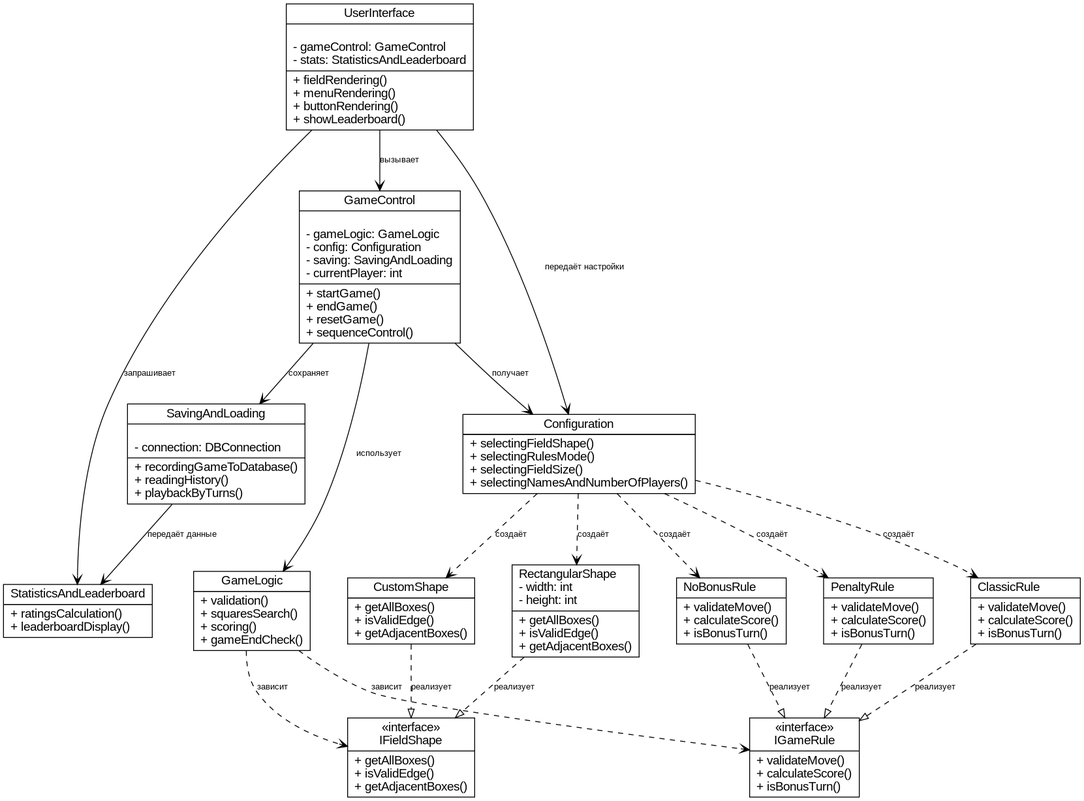
Earlier version of the Graphviz export architecture/classDiagram.png (roriess/dots-and-boxes-assistant). Its source is kept beside it as architecture/classDiagram.dot. Its diagram source:
```dot
digraph ClassDiagram {
    rankdir=TB;
    nodesep=0.6;
    ranksep=0.8;
    node [shape=record, fontname="Arial"];
    edge [fontname="Arial", fontsize=10];

    IGameRule [label = "{«interface»\nIGameRule\n|+ validateMove()\l+ calculateScore()\l+ isBonusTurn()\l}", shape=record];
    IFieldShape [label = "{«interface»\nIFieldShape\n|+ getAllBoxes()\l+ isValidEdge()\l+ getAdjacentBoxes()\l}", shape=record];

    ClassicRule [label = "{ClassicRule\l|+ validateMove()\l+ calculateScore()\l+ isBonusTurn()\l}"];
    NoBonusRule [label = "{NoBonusRule\l|+ validateMove()\l+ calculateScore()\l+ isBonusTurn()\l}"];
    PenaltyRule [label = "{PenaltyRule\l|+ validateMove()\l+ calculateScore()\l+ isBonusTurn()\l}"];

    RectangularShape [label = "{RectangularShape\l- width: int\l- height: int\l|+ getAllBoxes()\l+ isValidEdge()\l+ getAdjacentBoxes()\l}"];
    CustomShape [label = "{CustomShape|- boxMask: List<Box>|+ getAllBoxes()\l+ isValidEdge()\l+ getAdjacentBoxes()}"];

    UI [label = "{UserInterface|\l- gameControl: GameControl\l- stats: StatisticsAndLeaderboard\l|+ fieldRendering()\l+ menuRendering()\l+ buttonRendering()\l+ showLeaderboard()\l}"];
    GameControl [label = "{GameControl|\l- gameLogic: GameLogic\l- config: Configuration\l- saving: SavingAndLoading\l- currentPlayer: int\l|+ startGame()\l+ endGame()\l+ resetGame()\l+ sequenceControl()\l}"];
    GameLogic [label = "{GameLogic|\l- board: Board\l- players: List<Player>\l- rule: IGameRule\l- shape: IFieldShape\l|+ validation()\l+ squaresSearch()\l+ scoring()\l+ gameEndCheck()\l}"];
    Configuration [label = "{Configuration|\l- selectedRule: IGameRule\l- selectedShape: IFieldShape\l- fieldSize: int\l- playersNames: List<String>\l|+ selectingFieldShape()\l+ selectingRulesMode()\l+ selectingFieldSize()\l+ selectingNamesAndNumberOfPlayers()\l}"];
    SavingLoading [label = "{SavingAndLoading|\l- connection: DBConnection\l|+ recordingGameToDatabase()\l+ readingHistory()\l+ playbackByTurns()\l}"];
    Stats [label = "{StatisticsAndLeaderboard|\l- gamesHistory: List<Game>\l|+ ratingsCalculation()\l+ leaderboardDisplay()\l}"];

    ClassicRule -> IGameRule [arrowhead="empty", style=dashed, label="реализует"];
    NoBonusRule -> IGameRule [arrowhead="empty", style=dashed, label="реализует"];
    PenaltyRule -> IGameRule [arrowhead="empty", style=dashed, label="реализует"];
    RectangularShape -> IFieldShape [arrowhead="empty", style=dashed, label="реализует"];
    CustomShape -> IFieldShape [arrowhead="empty", style=dashed, label="реализует"];

    UI -> GameControl [arrowhead="vee", label="вызывает"];
    UI -> Stats [arrowhead="vee", label="запрашивает"];
    UI -> Configuration [arrowhead="vee", label="передаёт настройки"];
    GameControl -> GameLogic [arrowhead="vee", label="использует"];
    GameControl -> SavingLoading [arrowhead="vee", label="сохраняет"];
    GameControl -> Configuration [arrowhead="vee", label="получает"];
    SavingLoading -> Stats [arrowhead="vee", label="передаёт данные"];

    Configuration -> ClassicRule [style=dashed, arrowhead="vee", label="создаёт"];
    Configuration -> NoBonusRule [style=dashed, arrowhead="vee", label="создаёт"];
    Configuration -> PenaltyRule [style=dashed, arrowhead="vee", label="создаёт"];
    Configuration -> RectangularShape [style=dashed, arrowhead="vee", label="создаёт"];
    Configuration -> CustomShape [style=dashed, arrowhead="vee", label="создаёт"];

    GameLogic -> IGameRule [style=dashed, arrowhead="vee", label="зависит"];
    GameLogic -> IFieldShape [style=dashed, arrowhead="vee", label="зависит"];
}
```
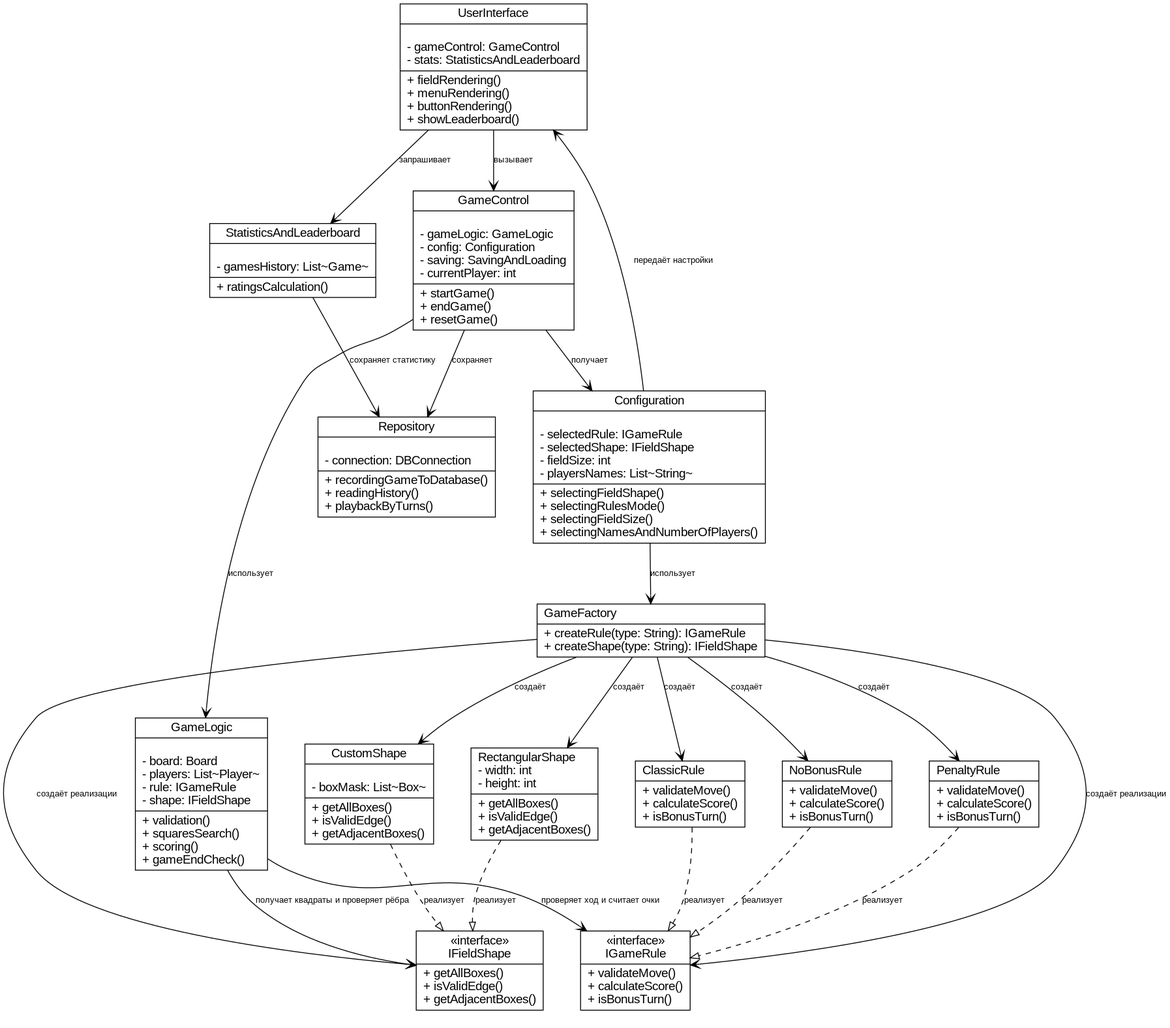
Later version of the same file.

Change to the diagram source:
```diff
@@ -5,22 +5,44 @@
     node [shape=record, fontname="Arial"];
     edge [fontname="Arial", fontsize=10];
 
-    IGameRule [label = "{«interface»\nIGameRule\n|+ validateMove()\l+ calculateScore()\l+ isBonusTurn()\l}", shape=record];
-    IFieldShape [label = "{«interface»\nIFieldShape\n|+ getAllBoxes()\l+ isValidEdge()\l+ getAdjacentBoxes()\l}", shape=record];
-
-    ClassicRule [label = "{ClassicRule\l|+ validateMove()\l+ calculateScore()\l+ isBonusTurn()\l}"];
-    NoBonusRule [label = "{NoBonusRule\l|+ validateMove()\l+ calculateScore()\l+ isBonusTurn()\l}"];
-    PenaltyRule [label = "{PenaltyRule\l|+ validateMove()\l+ calculateScore()\l+ isBonusTurn()\l}"];
-
-    RectangularShape [label = "{RectangularShape\l- width: int\l- height: int\l|+ getAllBoxes()\l+ isValidEdge()\l+ getAdjacentBoxes()\l}"];
-    CustomShape [label = "{CustomShape|- boxMask: List<Box>|+ getAllBoxes()\l+ isValidEdge()\l+ getAdjacentBoxes()}"];
+    subgraph cluster_0 {
+        color = white;
+        IGameRule [label = "{«interface»\nIGameRule\n|+ validateMove()\l+ calculateScore()\l+ isBonusTurn()\l}", shape=record];
+        IFieldShape [label = "{«interface»\nIFieldShape\n|+ getAllBoxes()\l+ isValidEdge()\l+ getAdjacentBoxes()\l}", shape=record];
+    }
 
     UI [label = "{UserInterface|\l- gameControl: GameControl\l- stats: StatisticsAndLeaderboard\l|+ fieldRendering()\l+ menuRendering()\l+ buttonRendering()\l+ showLeaderboard()\l}"];
-    GameControl [label = "{GameControl|\l- gameLogic: GameLogic\l- config: Configuration\l- saving: SavingAndLoading\l- currentPlayer: int\l|+ startGame()\l+ endGame()\l+ resetGame()\l+ sequenceControl()\l}"];
-    GameLogic [label = "{GameLogic|\l- board: Board\l- players: List<Player>\l- rule: IGameRule\l- shape: IFieldShape\l|+ validation()\l+ squaresSearch()\l+ scoring()\l+ gameEndCheck()\l}"];
-    Configuration [label = "{Configuration|\l- selectedRule: IGameRule\l- selectedShape: IFieldShape\l- fieldSize: int\l- playersNames: List<String>\l|+ selectingFieldShape()\l+ selectingRulesMode()\l+ selectingFieldSize()\l+ selectingNamesAndNumberOfPlayers()\l}"];
-    SavingLoading [label = "{SavingAndLoading|\l- connection: DBConnection\l|+ recordingGameToDatabase()\l+ readingHistory()\l+ playbackByTurns()\l}"];
-    Stats [label = "{StatisticsAndLeaderboard|\l- gamesHistory: List<Game>\l|+ ratingsCalculation()\l+ leaderboardDisplay()\l}"];
+    GameControl [label = "{GameControl|\l- gameLogic: GameLogic\l- config: Configuration\l- saving: SavingAndLoading\l- currentPlayer: int\l|+ startGame()\l+ endGame()\l+ resetGame()\l}"];
+
+    Stats [label = "{StatisticsAndLeaderboard|\l- gamesHistory: List~Game~\l|+ ratingsCalculation()\l}"];
+    GameLogic [label = "{GameLogic|\l- board: Board\l- players: List~Player~\l- rule: IGameRule\l- shape: IFieldShape\l|+ validation()\l+ squaresSearch()\l+ scoring()\l+ gameEndCheck()\l}"];
+
+    subgraph cluster_1 {
+        color = white;
+        CustomShape [label = "{CustomShape|\l- boxMask: List~Box~\l|+ getAllBoxes()\l+ isValidEdge()\l+ getAdjacentBoxes()\l}"];
+        RectangularShape [label = "{RectangularShape\l- width: int\l- height: int\l|+ getAllBoxes()\l+ isValidEdge()\l+ getAdjacentBoxes()\l}"];
+        ClassicRule [label = "{ClassicRule\l|+ validateMove()\l+ calculateScore()\l+ isBonusTurn()\l}"];
+        NoBonusRule [label = "{NoBonusRule\l|+ validateMove()\l+ calculateScore()\l+ isBonusTurn()\l}"];
+        PenaltyRule [label = "{PenaltyRule\l|+ validateMove()\l+ calculateScore()\l+ isBonusTurn()\l}"];
+    }
+
+    subgraph cluster_3 {
+        color = white;
+        SavingLoading [label = "{Repository|\l- connection: DBConnection\l|+ recordingGameToDatabase()\l+ readingHistory()\l+ playbackByTurns()\l}"];
+        Configuration [label = "{Configuration|\l- selectedRule: IGameRule\l- selectedShape: IFieldShape\l- fieldSize: int\l- playersNames: List~String~\l|+ selectingFieldShape()\l+ selectingRulesMode()\l+ selectingFieldSize()\l+ selectingNamesAndNumberOfPlayers()\l}"];
+        GameFactory [label = "{GameFactory\l|+ createRule(type: String): IGameRule\l+ createShape(type: String): IFieldShape\l}"];
+    }
+
+    Configuration -> GameFactory [arrowhead="vee", label="использует"];
+
+    GameFactory -> IGameRule [arrowhead="vee", label="создаёт реализации"];
+    GameFactory -> IFieldShape [arrowhead="vee", label="создаёт реализации"];
+
+    GameFactory -> ClassicRule [arrowhead="vee", label="создаёт"];
+    GameFactory -> NoBonusRule [arrowhead="vee", label="создаёт"];
+    GameFactory -> PenaltyRule [arrowhead="vee", label="создаёт"];
+    GameFactory -> RectangularShape [arrowhead="vee", label="создаёт"];
+    GameFactory -> CustomShape [arrowhead="vee", label="создаёт"];
 
     ClassicRule -> IGameRule [arrowhead="empty", style=dashed, label="реализует"];
     NoBonusRule -> IGameRule [arrowhead="empty", style=dashed, label="реализует"];
@@ -30,18 +52,12 @@
 
     UI -> GameControl [arrowhead="vee", label="вызывает"];
     UI -> Stats [arrowhead="vee", label="запрашивает"];
-    UI -> Configuration [arrowhead="vee", label="передаёт настройки"];
+    Configuration -> UI [arrowhead="vee", label="передаёт настройки"];
     GameControl -> GameLogic [arrowhead="vee", label="использует"];
     GameControl -> SavingLoading [arrowhead="vee", label="сохраняет"];
     GameControl -> Configuration [arrowhead="vee", label="получает"];
-    SavingLoading -> Stats [arrowhead="vee", label="передаёт данные"];
+    Stats -> SavingLoading [arrowhead="vee", label="сохраняет статистику"];
 
-    Configuration -> ClassicRule [style=dashed, arrowhead="vee", label="создаёт"];
-    Configuration -> NoBonusRule [style=dashed, arrowhead="vee", label="создаёт"];
-    Configuration -> PenaltyRule [style=dashed, arrowhead="vee", label="создаёт"];
-    Configuration -> RectangularShape [style=dashed, arrowhead="vee", label="создаёт"];
-    Configuration -> CustomShape [style=dashed, arrowhead="vee", label="создаёт"];
-
-    GameLogic -> IGameRule [style=dashed, arrowhead="vee", label="зависит"];
-    GameLogic -> IFieldShape [style=dashed, arrowhead="vee", label="зависит"];
+    GameLogic -> IGameRule [arrowhead="vee", label="проверяет ход и считает очки"];
+    GameLogic -> IFieldShape [arrowhead="vee", label="получает квадраты и проверяет рёбра"];
 }
```
